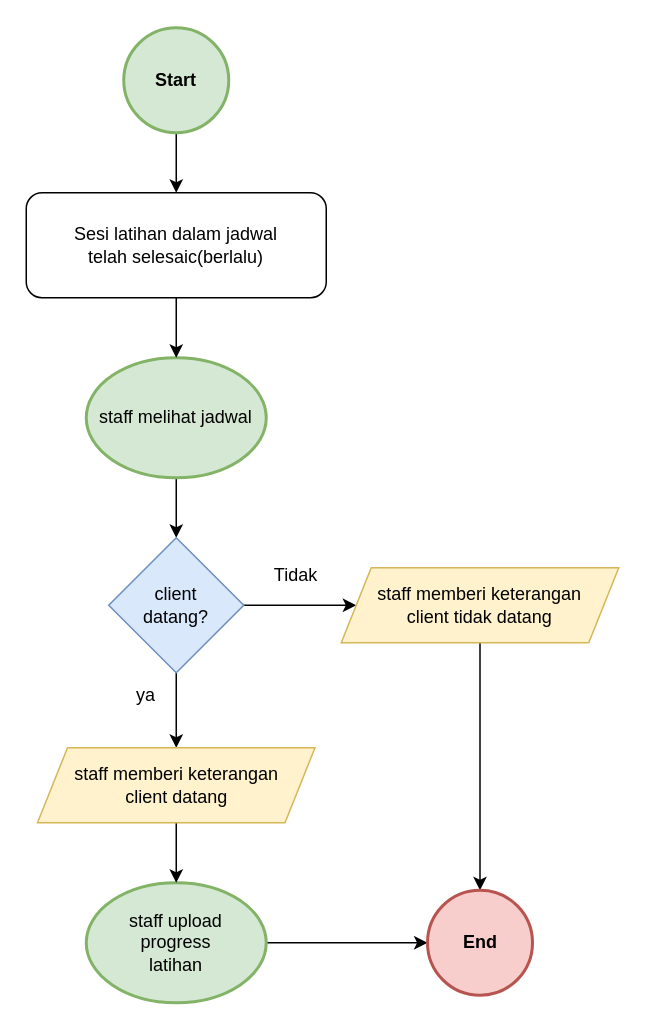
This is diagrams/user_flow/staff_memberi_keterangan_selesai_latihan.drawio from SynergyStudioBandung/synergy_studio_docs, a draw.io file, before an edit. Source tidied: cells renumbered, new cells numbered last; positions are measured from the earlier drawing's top-left corner, leaving out a move shared by most shapes. Both pictures are drawn from the tidied source at 150%, with x=0, y=0 at pixel (26, 27).
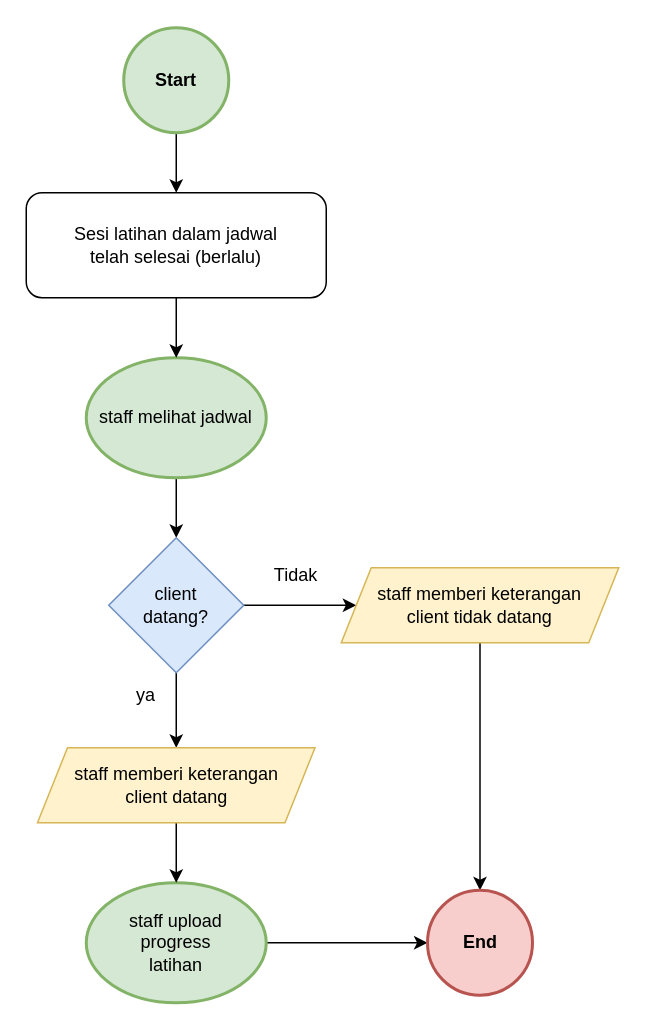
The same diagram, later.

The edit, as a diff of the source:
```diff
@@
 <mxGraphModel>
   <root>
     <mxCell id="0" />
     <mxCell id="1" parent="0" />
     <mxCell id="2" style="edgeStyle=orthogonalEdgeStyle;rounded=0;jettySize=auto;html=1;" parent="1" edge="1" source="3" target="12">
       <mxGeometry relative="1" as="geometry" />
     </mxCell>
     <mxCell id="3" value="staff melihat jadwal" style="ellipse;whiteSpace=wrap;html=1;fillColor=#d5e8d4;strokeColor=#82b366;strokeWidth=2;" parent="1" vertex="1">
       <mxGeometry x="40" y="220" width="120" height="80" as="geometry" />
     </mxCell>
     <mxCell id="4" style="edgeStyle=orthogonalEdgeStyle;rounded=0;jettySize=auto;html=1;" parent="1" edge="1" source="5" target="19">
       <mxGeometry relative="1" as="geometry" />
     </mxCell>
     <mxCell id="5" value="staff upload &lt;br&gt;progress&lt;br&gt;latihan" style="ellipse;whiteSpace=wrap;html=1;fillColor=#d5e8d4;strokeColor=#82b366;strokeWidth=2;" parent="1" vertex="1">
       <mxGeometry x="40" y="570" width="120" height="80" as="geometry" />
     </mxCell>
     <mxCell id="6" style="edgeStyle=orthogonalEdgeStyle;rounded=0;jettySize=auto;html=1;entryX=0.5;entryY=0;entryDx=0;entryDy=0;fontColor=#FFFFFF;" parent="1" edge="1" source="7" target="9">
       <mxGeometry relative="1" as="geometry" />
     </mxCell>
     <mxCell id="7" value="Start" style="ellipse;whiteSpace=wrap;html=1;fillColor=#d5e8d4;strokeColor=#82b366;fontStyle=1;strokeWidth=2;" parent="1" vertex="1">
       <mxGeometry x="65" width="70" height="70" as="geometry" />
     </mxCell>
     <mxCell id="8" style="edgeStyle=orthogonalEdgeStyle;rounded=0;jettySize=auto;html=1;" parent="1" edge="1" source="9" target="3">
       <mxGeometry relative="1" as="geometry" />
     </mxCell>
-    <mxCell id="9" value="Sesi latihan dalam jadwal&lt;br&gt;telah selesaic(berlalu)" style="rounded=1;whiteSpace=wrap;html=1;fontSize=12;glass=0;strokeWidth=1;shadow=0;" parent="1" vertex="1">
+    <mxCell id="9" value="Sesi latihan dalam jadwal&lt;br&gt;telah selesai (berlalu)" style="rounded=1;whiteSpace=wrap;html=1;fontSize=12;glass=0;strokeWidth=1;shadow=0;" parent="1" vertex="1">
       <mxGeometry y="110" width="200" height="70" as="geometry" />
     </mxCell>
     <mxCell id="10" style="edgeStyle=orthogonalEdgeStyle;rounded=0;jettySize=auto;html=1;" parent="1" edge="1" source="12" target="16">
       <mxGeometry relative="1" as="geometry" />
     </mxCell>
     <mxCell id="11" style="edgeStyle=orthogonalEdgeStyle;rounded=0;jettySize=auto;html=1;" parent="1" edge="1" source="12" target="18">
       <mxGeometry relative="1" as="geometry" />
     </mxCell>
     <mxCell id="12" value="client&lt;br&gt;datang?" style="rhombus;whiteSpace=wrap;html=1;fillColor=#dae8fc;strokeColor=#6c8ebf;" parent="1" vertex="1">
       <mxGeometry x="55" y="340" width="90" height="90" as="geometry" />
     </mxCell>
     <mxCell id="13" value="ya" style="text;html=1;strokeColor=none;fillColor=none;align=center;verticalAlign=middle;whiteSpace=wrap;rounded=0;" parent="1" vertex="1">
       <mxGeometry x="50" y="430" width="60" height="30" as="geometry" />
     </mxCell>
     <mxCell id="14" value="Tidak" style="text;html=1;strokeColor=none;fillColor=none;align=center;verticalAlign=middle;whiteSpace=wrap;rounded=0;" parent="1" vertex="1">
       <mxGeometry x="150" y="350" width="60" height="30" as="geometry" />
     </mxCell>
     <mxCell id="15" style="edgeStyle=orthogonalEdgeStyle;rounded=0;jettySize=auto;html=1;" parent="1" edge="1" source="16" target="5">
       <mxGeometry relative="1" as="geometry" />
     </mxCell>
     <mxCell id="16" value="staff memberi keterangan&lt;br&gt;client datang" style="shape=parallelogram;perimeter=parallelogramPerimeter;whiteSpace=wrap;html=1;fixedSize=1;strokeWidth=1;fillColor=#fff2cc;strokeColor=#d6b656;" parent="1" vertex="1">
       <mxGeometry x="7.5" y="480" width="185" height="50" as="geometry" />
     </mxCell>
     <mxCell id="17" style="edgeStyle=orthogonalEdgeStyle;rounded=0;jettySize=auto;html=1;" parent="1" edge="1" source="18" target="19">
       <mxGeometry relative="1" as="geometry" />
     </mxCell>
     <mxCell id="18" value="staff memberi keterangan&lt;br&gt;client tidak datang" style="shape=parallelogram;perimeter=parallelogramPerimeter;whiteSpace=wrap;html=1;fixedSize=1;strokeWidth=1;fillColor=#fff2cc;strokeColor=#d6b656;" parent="1" vertex="1">
       <mxGeometry x="210" y="360" width="185" height="50" as="geometry" />
     </mxCell>
     <mxCell id="19" value="End" style="ellipse;whiteSpace=wrap;html=1;fillColor=#f8cecc;strokeColor=#b85450;fontStyle=1;strokeWidth=2;" parent="1" vertex="1">
       <mxGeometry x="267.5" y="575" width="70" height="70" as="geometry" />
     </mxCell>
   </root>
 </mxGraphModel>
```
